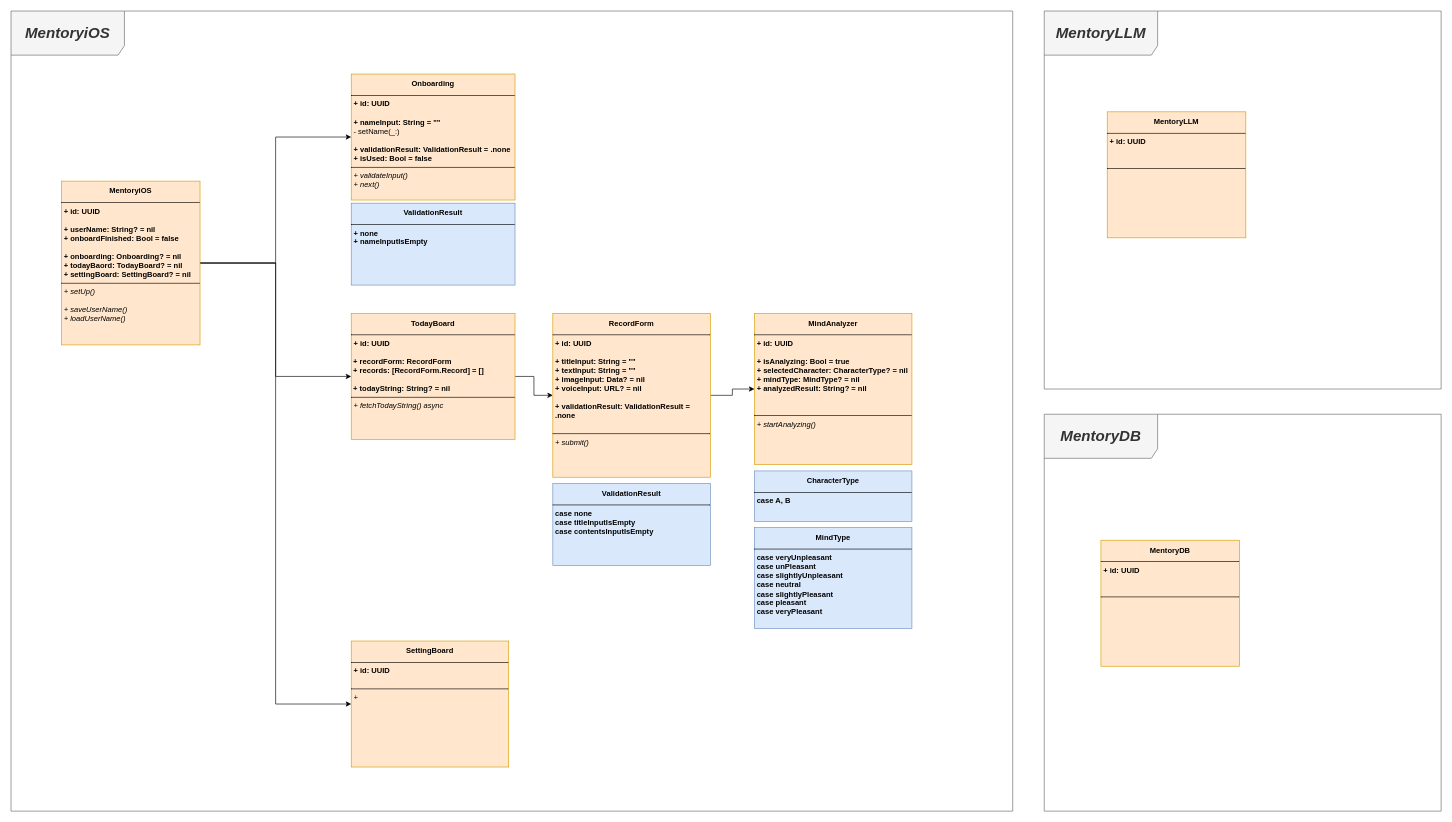
This is mentory.drawio from mandooplz/mentory, a draw.io file, before an edit. Source tidied: cells renumbered, new cells numbered last; positions are measured from the earlier drawing's top-left corner, leaving out a move shared by most shapes. Both pictures are drawn from the tidied source at 63%, with x=0, y=0 at pixel (11, 11).
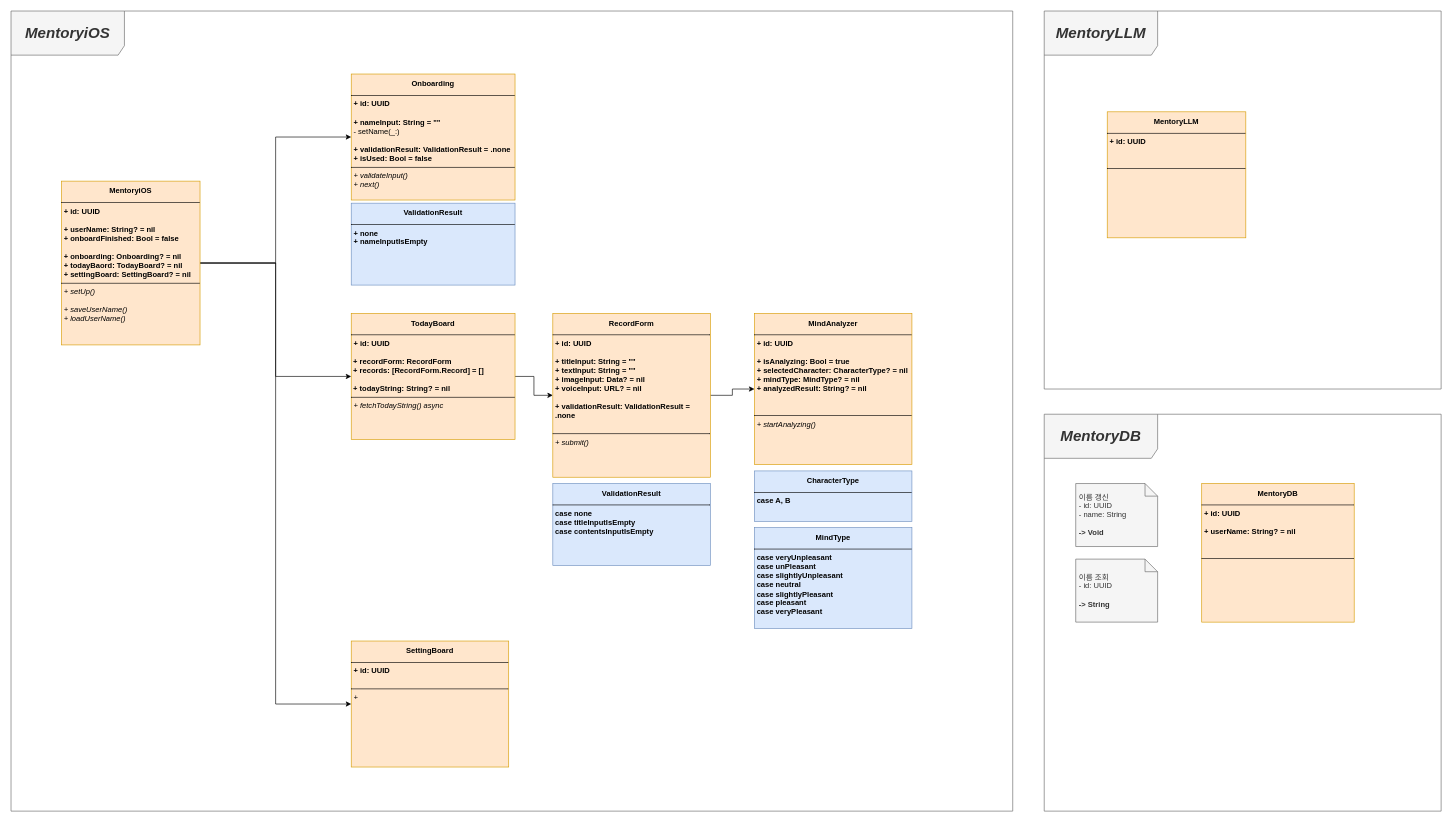
Above is the later version.

Commit message (it also covers changes not shown here):
[CHORE] MentoryDB 다이어그램 수정 및 MentoryDB Flow 추가

The edit, as a diff of the source:
```diff
@@
-    <mxCell id="16" value="&lt;p style=&quot;margin: 4px 0px 0px; text-align: center; line-height: 200%;&quot;&gt;&lt;b&gt;MentoryDB&lt;/b&gt;&lt;/p&gt;&lt;hr size=&quot;1&quot; style=&quot;border-style:solid;&quot;&gt;&lt;p style=&quot;margin:0px;margin-left:4px;&quot;&gt;&lt;b&gt;+ id: UUID&lt;/b&gt;&lt;/p&gt;&lt;p style=&quot;margin:0px;margin-left:4px;&quot;&gt;&lt;b&gt;&lt;br&gt;&lt;/b&gt;&lt;/p&gt;&lt;p style=&quot;margin:0px;margin-left:4px;&quot;&gt;&lt;b&gt;&lt;br&gt;&lt;/b&gt;&lt;/p&gt;&lt;hr size=&quot;1&quot; style=&quot;border-style:solid;&quot;&gt;&lt;p style=&quot;margin:0px;margin-left:4px;&quot;&gt;&lt;br&gt;&lt;/p&gt;" style="verticalAlign=top;align=left;overflow=fill;html=1;whiteSpace=wrap;fillColor=#ffe6cc;strokeColor=#d79b00;" parent="1" vertex="1">
-      <mxGeometry x="1730" y="840" width="220" height="200" as="geometry" />
+    <mxCell id="16" value="&lt;p style=&quot;margin: 4px 0px 0px; text-align: center; line-height: 200%;&quot;&gt;&lt;b&gt;MentoryDB&lt;/b&gt;&lt;/p&gt;&lt;hr size=&quot;1&quot; style=&quot;border-style:solid;&quot;&gt;&lt;p style=&quot;margin:0px;margin-left:4px;&quot;&gt;&lt;b&gt;+ id: UUID&lt;/b&gt;&lt;/p&gt;&lt;p style=&quot;margin:0px;margin-left:4px;&quot;&gt;&lt;b&gt;&lt;br&gt;&lt;/b&gt;&lt;/p&gt;&lt;p style=&quot;margin:0px;margin-left:4px;&quot;&gt;&lt;b&gt;+ userName: String? = nil&lt;/b&gt;&lt;/p&gt;&lt;p style=&quot;margin:0px;margin-left:4px;&quot;&gt;&lt;b&gt;&lt;br&gt;&lt;/b&gt;&lt;/p&gt;&lt;p style=&quot;margin:0px;margin-left:4px;&quot;&gt;&lt;b&gt;&lt;br&gt;&lt;/b&gt;&lt;/p&gt;&lt;hr size=&quot;1&quot; style=&quot;border-style:solid;&quot;&gt;&lt;p style=&quot;margin:0px;margin-left:4px;&quot;&gt;&lt;br&gt;&lt;/p&gt;" style="verticalAlign=top;align=left;overflow=fill;html=1;whiteSpace=wrap;fillColor=#ffe6cc;strokeColor=#d79b00;" parent="1" vertex="1">
+      <mxGeometry x="1890" y="750" width="242" height="220" as="geometry" />
     </mxCell>
@@
+    <mxCell id="22" value="&amp;nbsp;이름 갱신&lt;div&gt;&amp;nbsp;- id: UUID&lt;br&gt;&lt;div&gt;&lt;div&gt;&amp;nbsp;- name: String&lt;br&gt;&lt;div&gt;&lt;div&gt;&lt;br&gt;&lt;/div&gt;&lt;/div&gt;&lt;/div&gt;&lt;/div&gt;&lt;/div&gt;&lt;div&gt;&lt;b&gt;&amp;nbsp;-&amp;gt; Void&lt;/b&gt;&lt;/div&gt;" style="shape=note;size=20;whiteSpace=wrap;html=1;align=left;fillColor=#f5f5f5;strokeColor=#666666;fontColor=#333333;" parent="1" vertex="1">
+      <mxGeometry x="1690" y="750" width="130" height="100" as="geometry" />
+    </mxCell>
+    <mxCell id="23" value="&amp;nbsp;이름 조회&lt;div&gt;&amp;nbsp;- id: UUID&lt;br&gt;&lt;div&gt;&lt;div&gt;&lt;br&gt;&lt;/div&gt;&lt;/div&gt;&lt;/div&gt;&lt;div&gt;&lt;b&gt;&amp;nbsp;-&amp;gt; String&lt;/b&gt;&lt;/div&gt;" style="shape=note;size=20;whiteSpace=wrap;html=1;align=left;fillColor=#f5f5f5;strokeColor=#666666;fontColor=#333333;" parent="1" vertex="1">
+      <mxGeometry x="1690" y="870" width="130" height="100" as="geometry" />
+    </mxCell>
```
